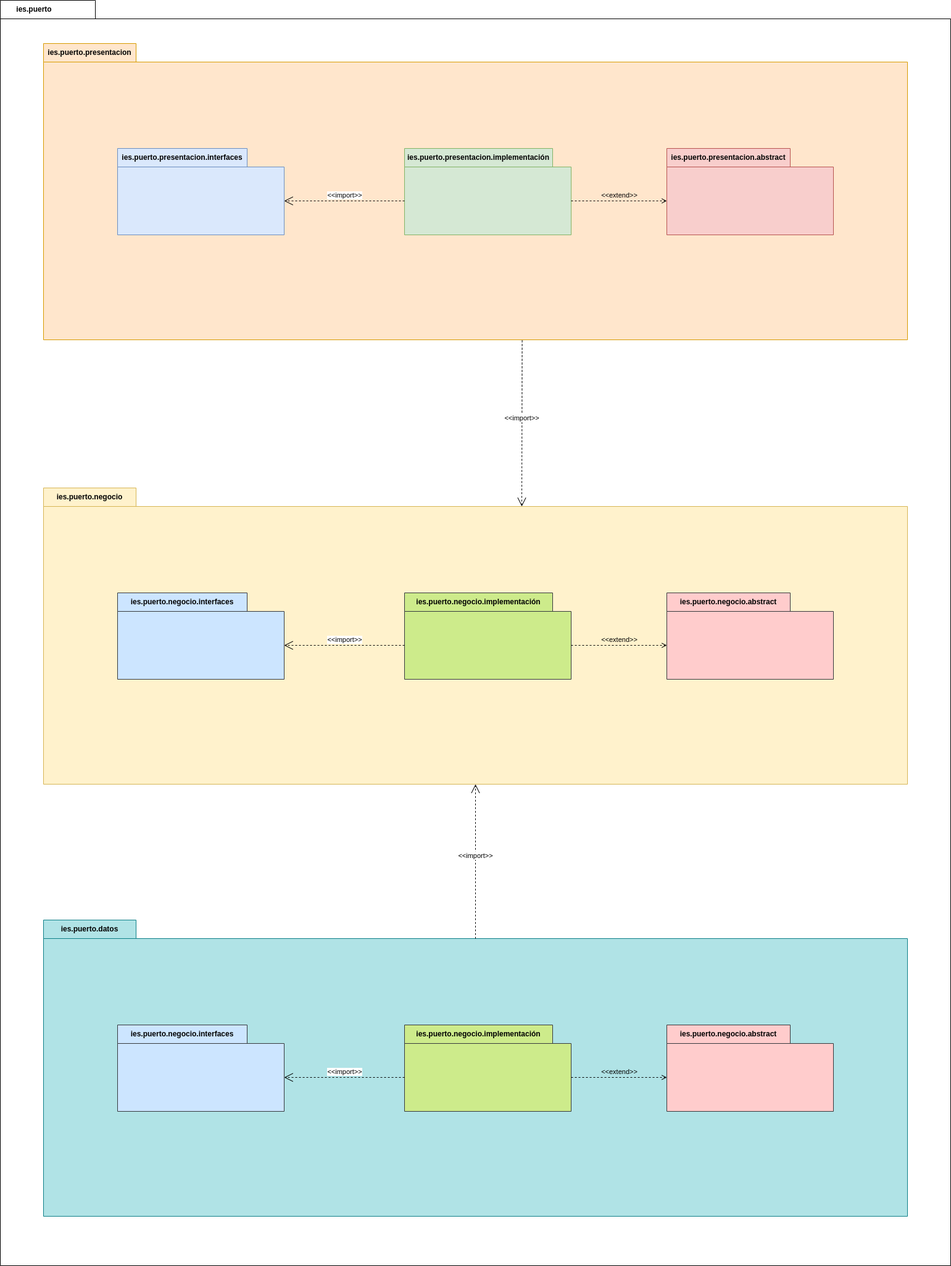
This is diagramas/diagrama-paquetes/img/DiagramaPaquetes.png from PeterMartEsc/proyecto_biblioteca, a draw.io export, as it was before one commit. Source tidied: cells renumbered, new cells last; positions are measured from the earlier drawing's top-left corner, leaving out a move shared by most shapes.
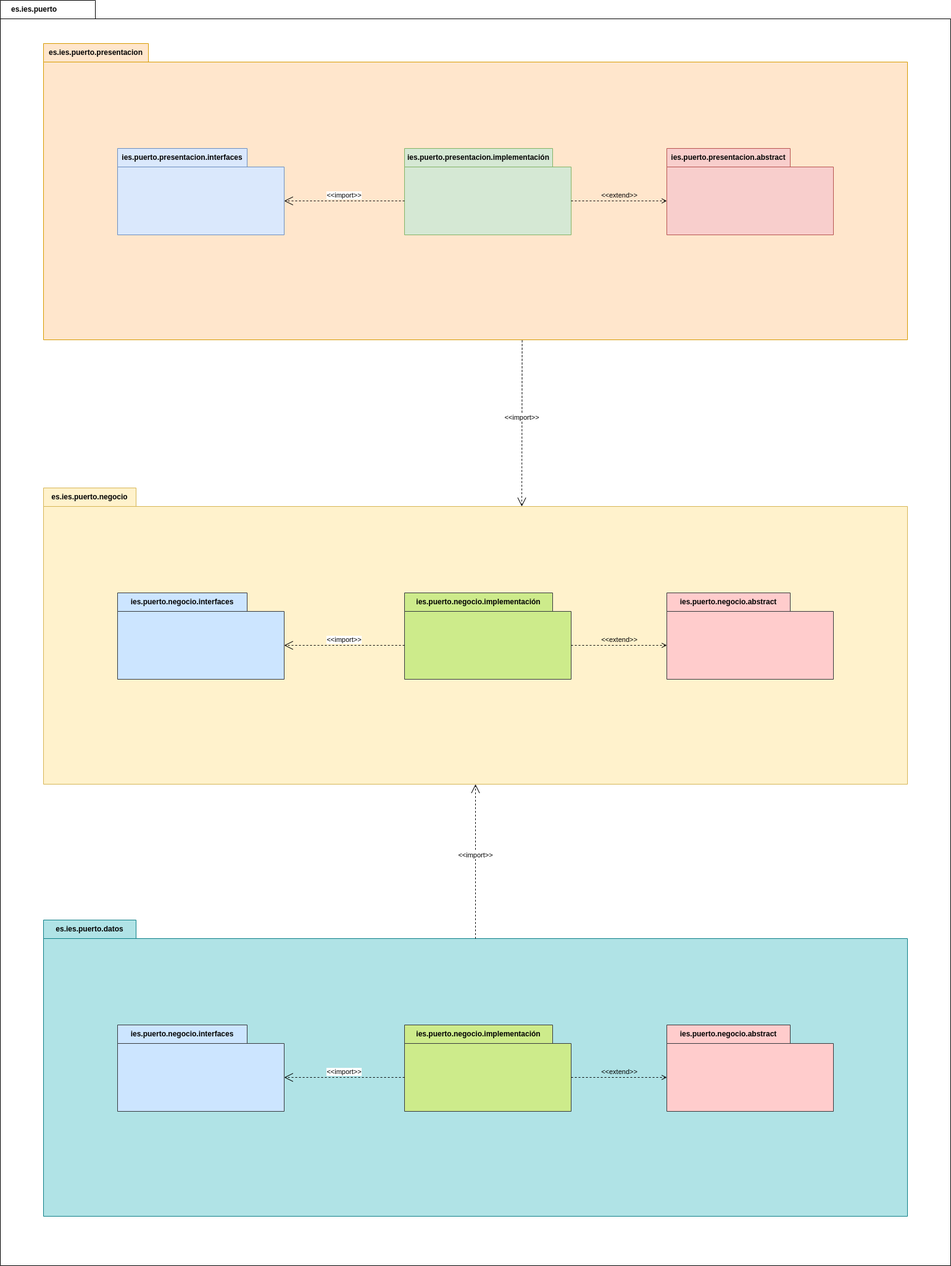
After the commit.

What changed in the source:
```diff
@@ -2,10 +2,10 @@
   <root>
     <mxCell id="0" />
     <mxCell id="1" parent="0" />
-    <mxCell id="2" value="ies.puerto" style="shape=folder;fontStyle=1;tabWidth=110;tabHeight=30;tabPosition=left;html=1;boundedLbl=1;labelInHeader=1;whiteSpace=wrap;fillColor=none;" parent="1" vertex="1">
+    <mxCell id="2" value="es.ies.puerto" style="shape=folder;fontStyle=1;tabWidth=110;tabHeight=30;tabPosition=left;html=1;boundedLbl=1;labelInHeader=1;whiteSpace=wrap;fillColor=none;" parent="1" vertex="1">
       <mxGeometry width="1540" height="2050" as="geometry" />
     </mxCell>
-    <mxCell id="3" value="ies.puerto.presentacion" style="shape=folder;fontStyle=1;tabWidth=150;tabHeight=30;tabPosition=left;html=1;boundedLbl=1;labelInHeader=1;whiteSpace=wrap;fillColor=#ffe6cc;strokeColor=#d79b00;" parent="1" vertex="1">
+    <mxCell id="3" value="es.ies.puerto.presentacion" style="shape=folder;fontStyle=1;tabWidth=170;tabHeight=30;tabPosition=left;html=1;boundedLbl=1;labelInHeader=1;whiteSpace=wrap;fillColor=#ffe6cc;strokeColor=#d79b00;" parent="1" vertex="1">
       <mxGeometry x="70" y="70" width="1400" height="480" as="geometry" />
     </mxCell>
     <mxCell id="4" value="ies.puerto.presentacion.abstract" style="shape=folder;fontStyle=1;tabWidth=200;tabHeight=30;tabPosition=left;html=1;boundedLbl=1;labelInHeader=1;whiteSpace=wrap;fillColor=#f8cecc;strokeColor=#b85450;" parent="3" vertex="1">
@@ -23,7 +23,7 @@
     <mxCell id="8" value="&amp;lt;&amp;lt;extend&amp;gt;&amp;gt;" style="html=1;verticalAlign=bottom;labelBackgroundColor=none;endArrow=open;endFill=0;dashed=1;rounded=0;exitX=0;exitY=0;exitDx=270;exitDy=85;exitPerimeter=0;entryX=0;entryY=0;entryDx=0;entryDy=85;entryPerimeter=0;" parent="3" edge="1" source="6" target="4">
       <mxGeometry relative="1" as="geometry" />
     </mxCell>
-    <mxCell id="9" value="ies.puerto.negocio" style="shape=folder;fontStyle=1;tabWidth=150;tabHeight=30;tabPosition=left;html=1;boundedLbl=1;labelInHeader=1;whiteSpace=wrap;fillColor=#fff2cc;strokeColor=#d6b656;" parent="1" vertex="1">
+    <mxCell id="9" value="es.ies.puerto.negocio" style="shape=folder;fontStyle=1;tabWidth=150;tabHeight=30;tabPosition=left;html=1;boundedLbl=1;labelInHeader=1;whiteSpace=wrap;fillColor=#fff2cc;strokeColor=#d6b656;" parent="1" vertex="1">
       <mxGeometry x="70" y="790" width="1400" height="480" as="geometry" />
     </mxCell>
     <mxCell id="10" value="ies.puerto.negocio.abstract" style="shape=folder;fontStyle=1;tabWidth=200;tabHeight=30;tabPosition=left;html=1;boundedLbl=1;labelInHeader=1;whiteSpace=wrap;fillColor=#ffcccc;strokeColor=#36393d;" parent="9" vertex="1">
@@ -44,7 +44,7 @@
     <mxCell id="15" value="&amp;lt;&amp;lt;import&amp;gt;&amp;gt;" style="edgeStyle=none;html=1;endArrow=open;endSize=12;dashed=1;verticalAlign=bottom;rounded=0;exitX=0.554;exitY=1.002;exitDx=0;exitDy=0;exitPerimeter=0;entryX=0;entryY=0;entryDx=775;entryDy=30;entryPerimeter=0;" parent="1" edge="1" source="3" target="9">
       <mxGeometry relative="1" as="geometry" />
     </mxCell>
-    <mxCell id="16" value="ies.puerto.datos" style="shape=folder;fontStyle=1;tabWidth=150;tabHeight=30;tabPosition=left;html=1;boundedLbl=1;labelInHeader=1;whiteSpace=wrap;fillColor=#b0e3e6;strokeColor=#0e8088;" parent="1" vertex="1">
+    <mxCell id="16" value="es.ies.puerto.datos" style="shape=folder;fontStyle=1;tabWidth=150;tabHeight=30;tabPosition=left;html=1;boundedLbl=1;labelInHeader=1;whiteSpace=wrap;fillColor=#b0e3e6;strokeColor=#0e8088;" parent="1" vertex="1">
       <mxGeometry x="70" y="1490" width="1400" height="480" as="geometry" />
     </mxCell>
     <mxCell id="17" value="ies.puerto.negocio.abstract" style="shape=folder;fontStyle=1;tabWidth=200;tabHeight=30;tabPosition=left;html=1;boundedLbl=1;labelInHeader=1;whiteSpace=wrap;fillColor=#ffcccc;strokeColor=#36393d;" parent="16" vertex="1">
```
